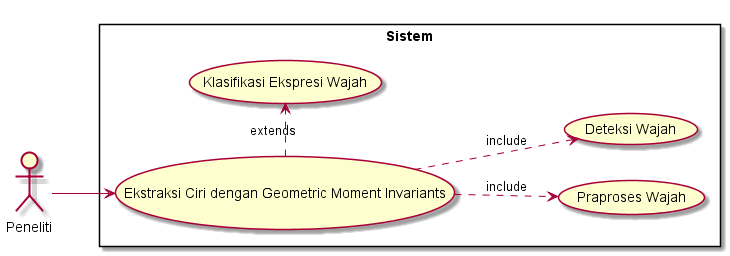
This is diagram/usecase.png from ayulestari10/gmisvm, a PlantUML export, as it was before one commit.
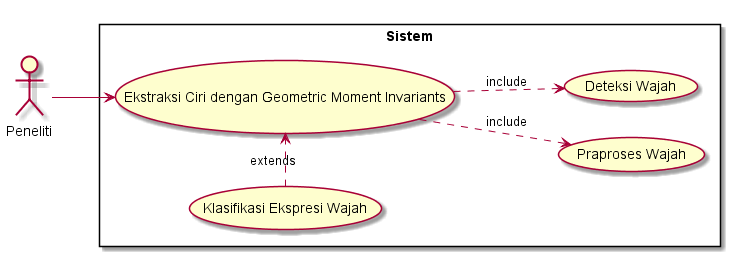
Above is the later version.

The edit, as a diff of the source:
```diff
@@ -5,7 +5,7 @@
 actor Peneliti
 
 rectangle Sistem {
-	(Ekstraksi Ciri dengan Geometric Moment Invariants) .> (Klasifikasi Ekspresi Wajah) : extends
+	(Klasifikasi Ekspresi Wajah) .> (Ekstraksi Ciri dengan Geometric Moment Invariants) : extends
 	Peneliti --> (Ekstraksi Ciri dengan Geometric Moment Invariants)
 	(Ekstraksi Ciri dengan Geometric Moment Invariants) ..> (Praproses Wajah) : include
 	(Ekstraksi Ciri dengan Geometric Moment Invariants) ..> (Deteksi Wajah) : include
```
